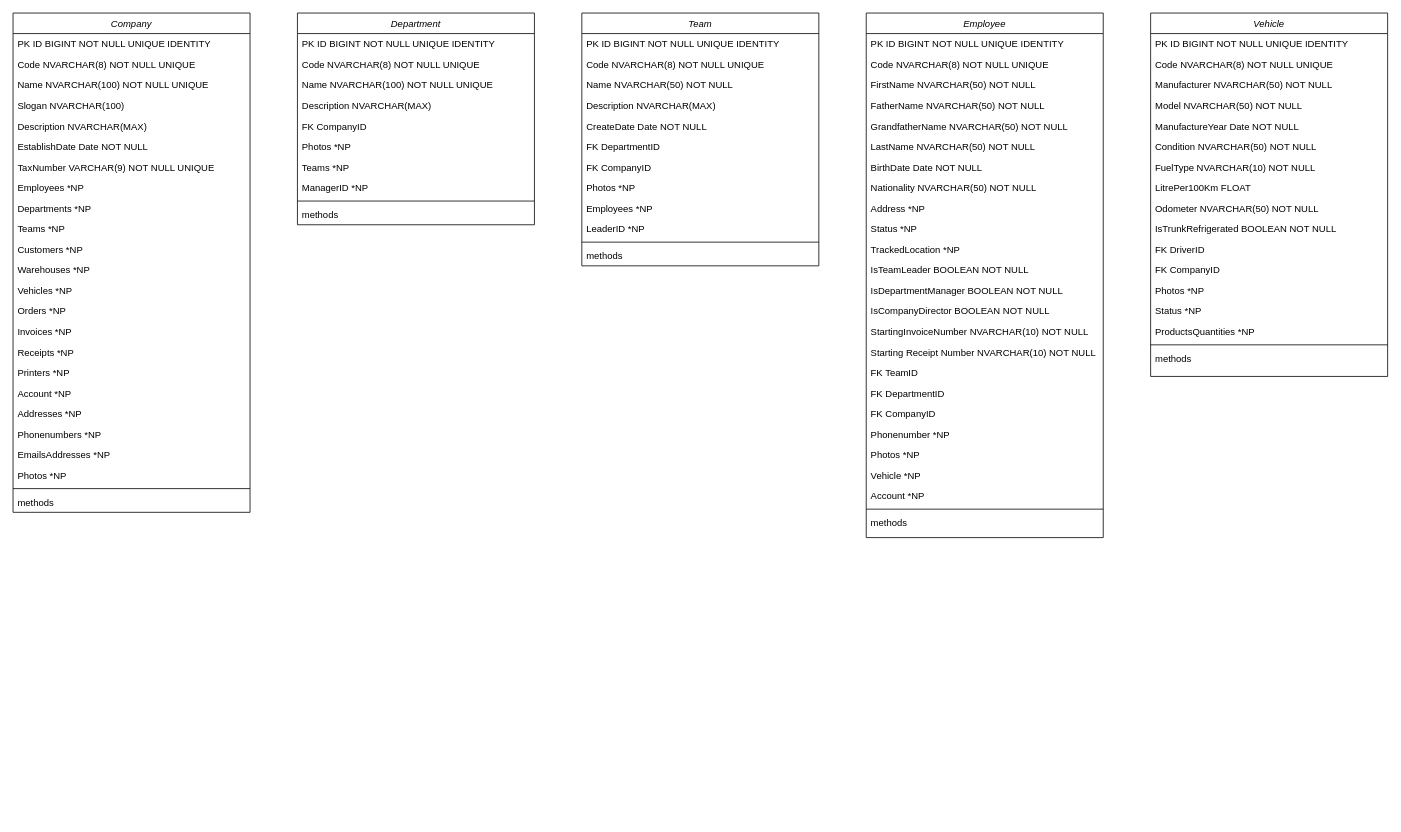
mjalbdour/mini_invoicer keeps this draw.io diagram as resources/diagrams/Class_Diagram.drawio. Above is the earlier version. Source tidied: cells renumbered, new cells numbered last; positions are measured from the earlier drawing's top-left corner, leaving out a move shared by most shapes. Both pictures are drawn from the tidied source at 79%, with x=0, y=0 at pixel (13, 13).
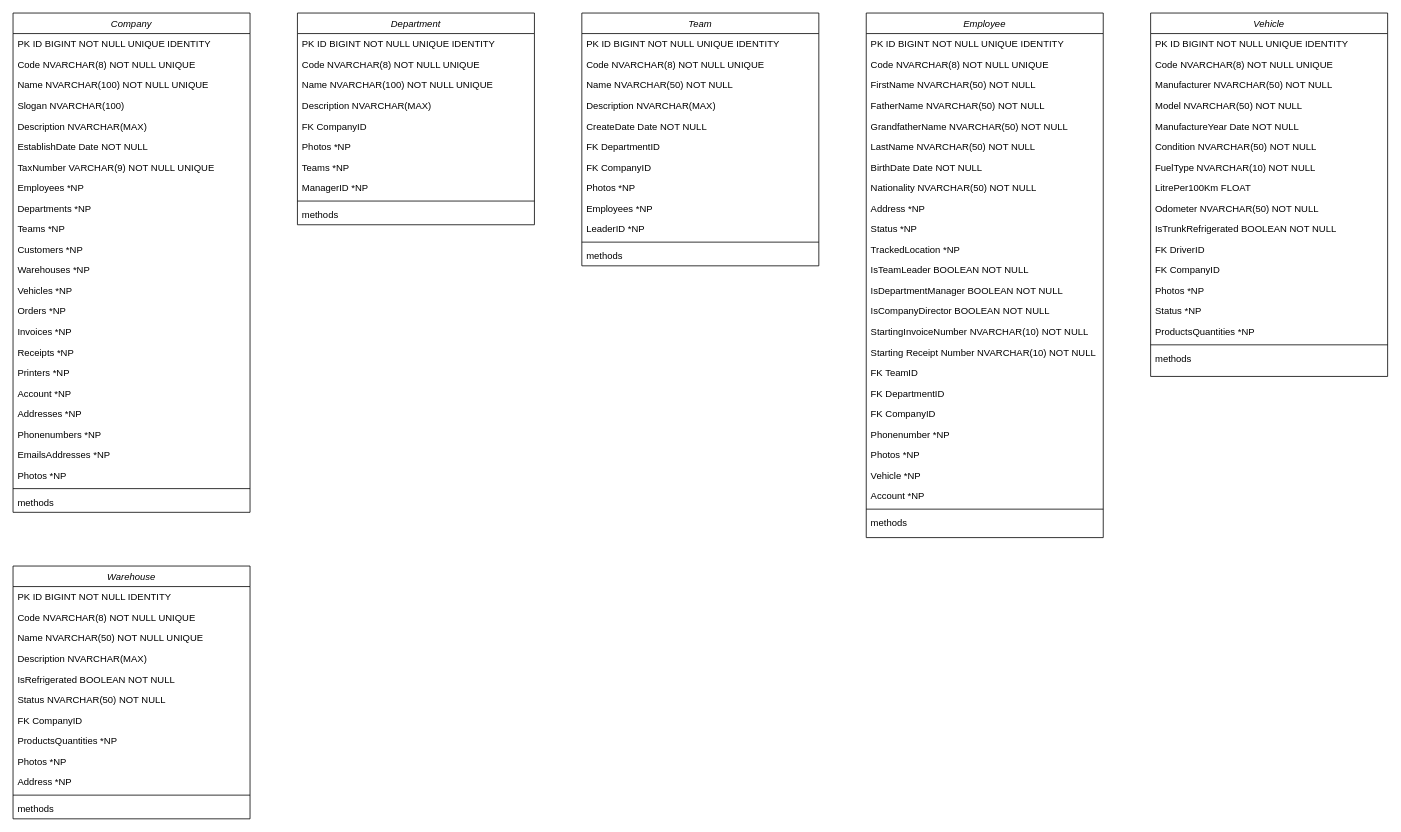
Above is the later version.

Commit message:
added Warehouse Class

Diff of the diagram source:
```diff
@@
+    <mxCell id="95" value="Warehouse" style="swimlane;fontStyle=2;align=center;verticalAlign=top;horizontal=1;startSize=26;rounded=0;shadow=0;strokeWidth=1;" parent="1" vertex="1">
+      <mxGeometry y="700" width="300" height="320" as="geometry" />
+    </mxCell>
+    <mxCell id="96" value="PK ID BIGINT NOT NULL IDENTITY" style="text;align=left;verticalAlign=top;spacingLeft=4;spacingRight=4;overflow=hidden;" parent="95" vertex="1">
+      <mxGeometry y="26" width="300" height="26" as="geometry" />
+    </mxCell>
+    <mxCell id="97" value="Code NVARCHAR(8) NOT NULL UNIQUE" style="text;align=left;verticalAlign=top;spacingLeft=4;spacingRight=4;overflow=hidden;rounded=0;shadow=0;html=0;" parent="95" vertex="1">
+      <mxGeometry y="52" width="300" height="26" as="geometry" />
+    </mxCell>
+    <mxCell id="98" value="Name NVARCHAR(50) NOT NULL UNIQUE" style="text;align=left;verticalAlign=top;spacingLeft=4;spacingRight=4;overflow=hidden;rounded=0;shadow=0;html=0;" parent="95" vertex="1">
+      <mxGeometry y="78" width="300" height="26" as="geometry" />
+    </mxCell>
+    <mxCell id="99" value="Description NVARCHAR(MAX)" style="text;align=left;verticalAlign=top;spacingLeft=4;spacingRight=4;overflow=hidden;rounded=0;shadow=0;html=0;" parent="95" vertex="1">
+      <mxGeometry y="104" width="300" height="26" as="geometry" />
+    </mxCell>
+    <mxCell id="100" value="IsRefrigerated BOOLEAN NOT NULL" style="text;align=left;verticalAlign=top;spacingLeft=4;spacingRight=4;overflow=hidden;rounded=0;shadow=0;html=0;" parent="95" vertex="1">
+      <mxGeometry y="130" width="300" height="26" as="geometry" />
+    </mxCell>
+    <mxCell id="101" value="Status NVARCHAR(50) NOT NULL" style="text;align=left;verticalAlign=top;spacingLeft=4;spacingRight=4;overflow=hidden;rounded=0;shadow=0;html=0;" parent="95" vertex="1">
+      <mxGeometry y="156" width="300" height="26" as="geometry" />
+    </mxCell>
+    <mxCell id="102" value="FK CompanyID" style="text;align=left;verticalAlign=top;spacingLeft=4;spacingRight=4;overflow=hidden;rounded=0;shadow=0;html=0;" parent="95" vertex="1">
+      <mxGeometry y="182" width="300" height="26" as="geometry" />
+    </mxCell>
+    <mxCell id="103" value="ProductsQuantities *NP" style="text;align=left;verticalAlign=top;spacingLeft=4;spacingRight=4;overflow=hidden;rounded=0;shadow=0;html=0;" parent="95" vertex="1">
+      <mxGeometry y="208" width="300" height="26" as="geometry" />
+    </mxCell>
+    <mxCell id="104" value="Photos *NP" style="text;align=left;verticalAlign=top;spacingLeft=4;spacingRight=4;overflow=hidden;rounded=0;shadow=0;html=0;" parent="95" vertex="1">
+      <mxGeometry y="234" width="300" height="26" as="geometry" />
+    </mxCell>
+    <mxCell id="105" value="Address *NP" style="text;align=left;verticalAlign=top;spacingLeft=4;spacingRight=4;overflow=hidden;rounded=0;shadow=0;html=0;" parent="95" vertex="1">
+      <mxGeometry y="260" width="300" height="26" as="geometry" />
+    </mxCell>
+    <mxCell id="106" style="line;html=1;strokeWidth=1;align=left;verticalAlign=middle;spacingTop=-1;spacingLeft=3;spacingRight=3;labelPosition=right;" parent="95" vertex="1">
+      <mxGeometry y="286" width="300" height="8" as="geometry" />
+    </mxCell>
+    <mxCell id="107" value="methods" style="text;align=left;verticalAlign=top;spacingLeft=4;spacingRight=4;overflow=hidden;" parent="95" vertex="1">
+      <mxGeometry y="294" width="300" height="26" as="geometry" />
+    </mxCell>
```
